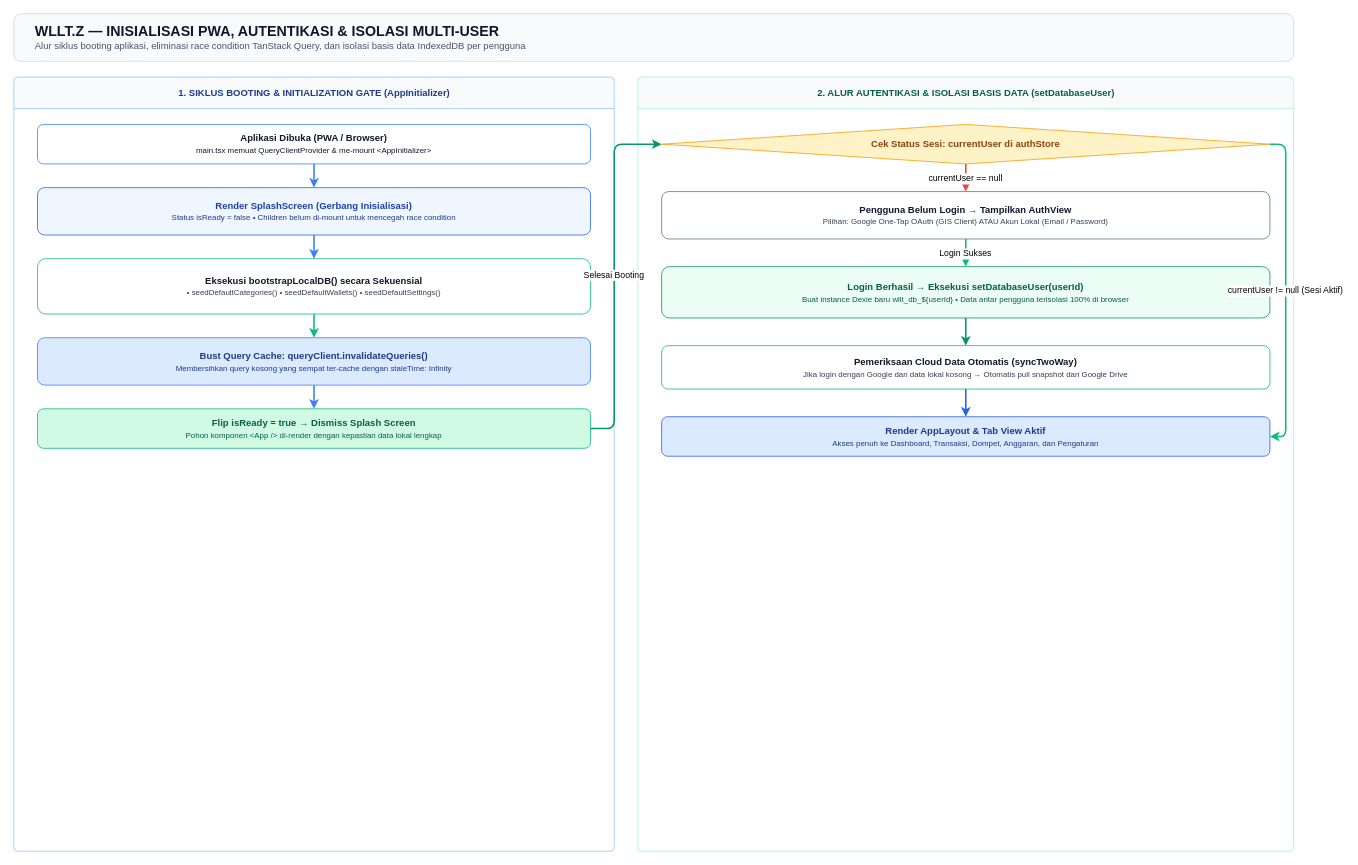
Above: page "4. Bootstrapping & Multi-User" (4 of 4) of docs/assets/diagrams/wlltz_end_to_end_flow.drawio in Badranihakim/Wllt.z (draw.io), before the change. Source tidied: cells renumbered, new cells numbered last; positions are measured from the earlier drawing's top-left corner, leaving out a move shared by most shapes. Both pictures are drawn from the tidied source at 79%, with x=0, y=0 at pixel (13, 13).
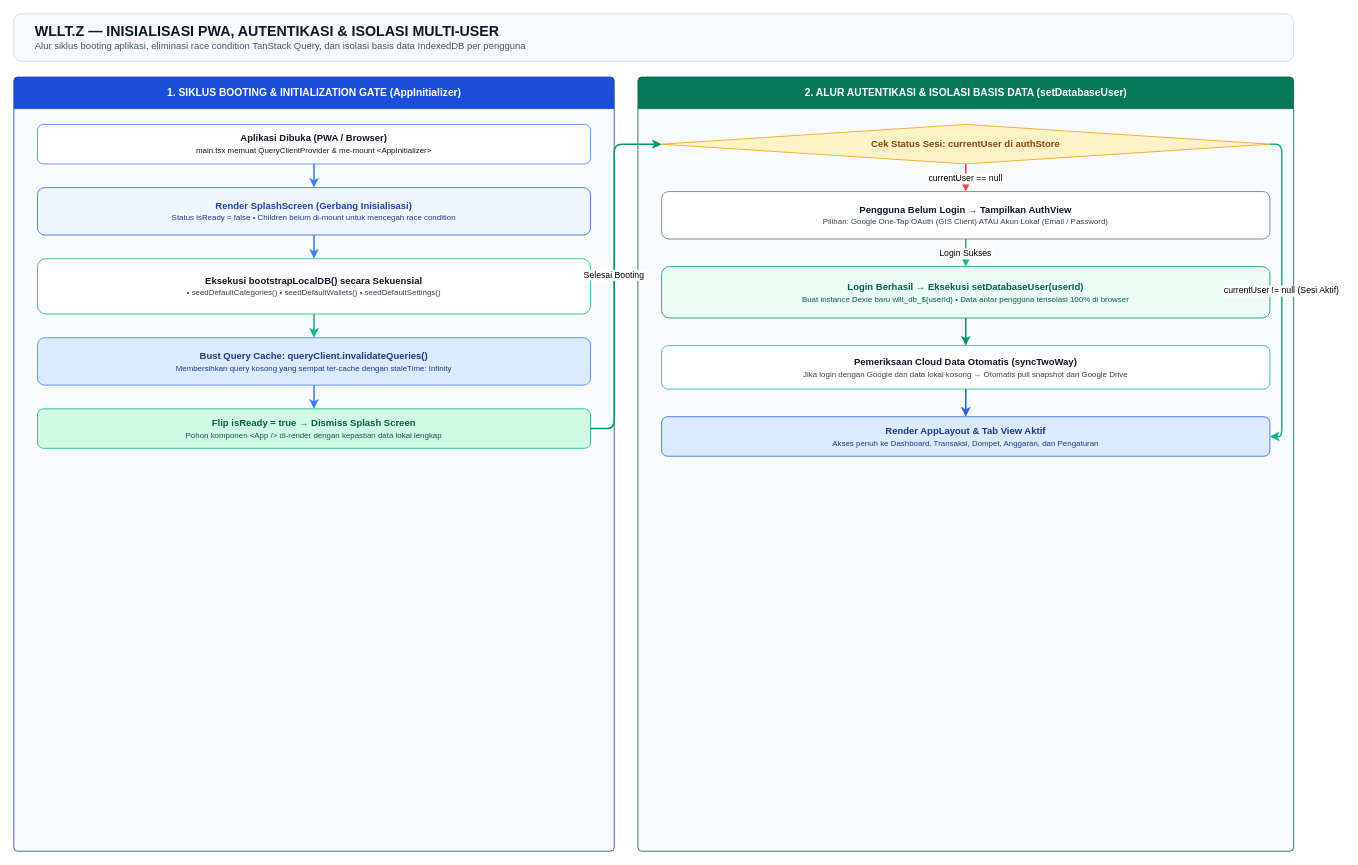
The same diagram, later.

Unchanged cells that the change refers to:
```xml
<mxCell id="14" value="&lt;b&gt;Cek Status Sesi: currentUser di authStore&lt;/b&gt;" style="rhombus;html=1;whiteSpace=wrap;fillColor=#FEF3C7;strokeColor=#F59E0B;fontColor=#92400E;fontStyle=1;" parent="1" vertex="1">
  <mxGeometry x="820" y="140" width="770" height="50" as="geometry" />
</mxCell>
<mxCell id="18" value="&lt;b&gt;Render AppLayout &amp;amp; Tab View Aktif&lt;/b&gt;&lt;br&gt;&lt;span style=&quot;font-size:10px;color:#1E3A8A;&quot;&gt;Akses penuh ke Dashboard, Transaksi, Dompet, Anggaran, dan Pengaturan&lt;/span&gt;" style="html=1;rounded=1;whiteSpace=wrap;fillColor=#DBEAFE;strokeColor=#2563EB;fontColor=#1E3A8A;" parent="1" vertex="1">
  <mxGeometry x="820" y="510" width="770" height="50" as="geometry" />
</mxCell>
```

What changed in the source:
```diff
@@
-    <mxCell id="3" value="1. SIKLUS BOOTING &amp;amp; INITIALIZATION GATE (AppInitializer)" style="swimlane;html=1;startSize=40;fillColor=#F8FAFC;strokeColor=#93C5FD;swimlaneHeadColor=#DBEAFE;fontColor=#1E3A8A;fontStyle=1;rounded=1;arcSize=4;" parent="1" vertex="1">
+    <mxCell id="3" value="1. SIKLUS BOOTING &amp;amp; INITIALIZATION GATE (AppInitializer)" style="swimlane;html=1;startSize=40;fillColor=#1D4ED8;strokeColor=#1E40AF;swimlaneFillColor=#F8FAFC;fontColor=#FFFFFF;fontStyle=1;fontSize=13;rounded=1;arcSize=4;align=center;" parent="1" vertex="1">
       <mxGeometry y="80" width="760" height="980" as="geometry" />
     </mxCell>
@@
-    <mxCell id="13" value="2. ALUR AUTENTIKASI &amp;amp; ISOLASI BASIS DATA (setDatabaseUser)" style="swimlane;html=1;startSize=40;fillColor=#F8FAFC;strokeColor=#A7F3D0;swimlaneHeadColor=#D1FAE5;fontColor=#065F46;fontStyle=1;rounded=1;arcSize=4;" parent="1" vertex="1">
+    <mxCell id="13" value="2. ALUR AUTENTIKASI &amp;amp; ISOLASI BASIS DATA (setDatabaseUser)" style="swimlane;html=1;startSize=40;fillColor=#047857;strokeColor=#065F46;swimlaneFillColor=#F8FAFC;fontColor=#FFFFFF;fontStyle=1;fontSize=13;rounded=1;arcSize=4;align=center;" parent="1" vertex="1">
       <mxGeometry x="790" y="80" width="830" height="980" as="geometry" />
     </mxCell>
@@
     <mxCell id="24" value="currentUser != null (Sesi Aktif)" style="edgeStyle=orthogonalEdgeStyle;rounded=1;strokeColor=#10B981;strokeWidth=2;exitX=1.0;exitY=0.5;exitDx=0;exitDy=0;entryX=1.0;entryY=0.5;entryDx=0;entryDy=0;" parent="1" edge="1" source="14" target="18">
       <mxGeometry relative="1" as="geometry">
         <Array as="points">
-          <mxPoint x="1610" y="165" />
-          <mxPoint x="1610" y="535" />
+          <mxPoint x="1605" y="165" />
+          <mxPoint x="1605" y="535" />
         </Array>
       </mxGeometry>
     </mxCell>
```
